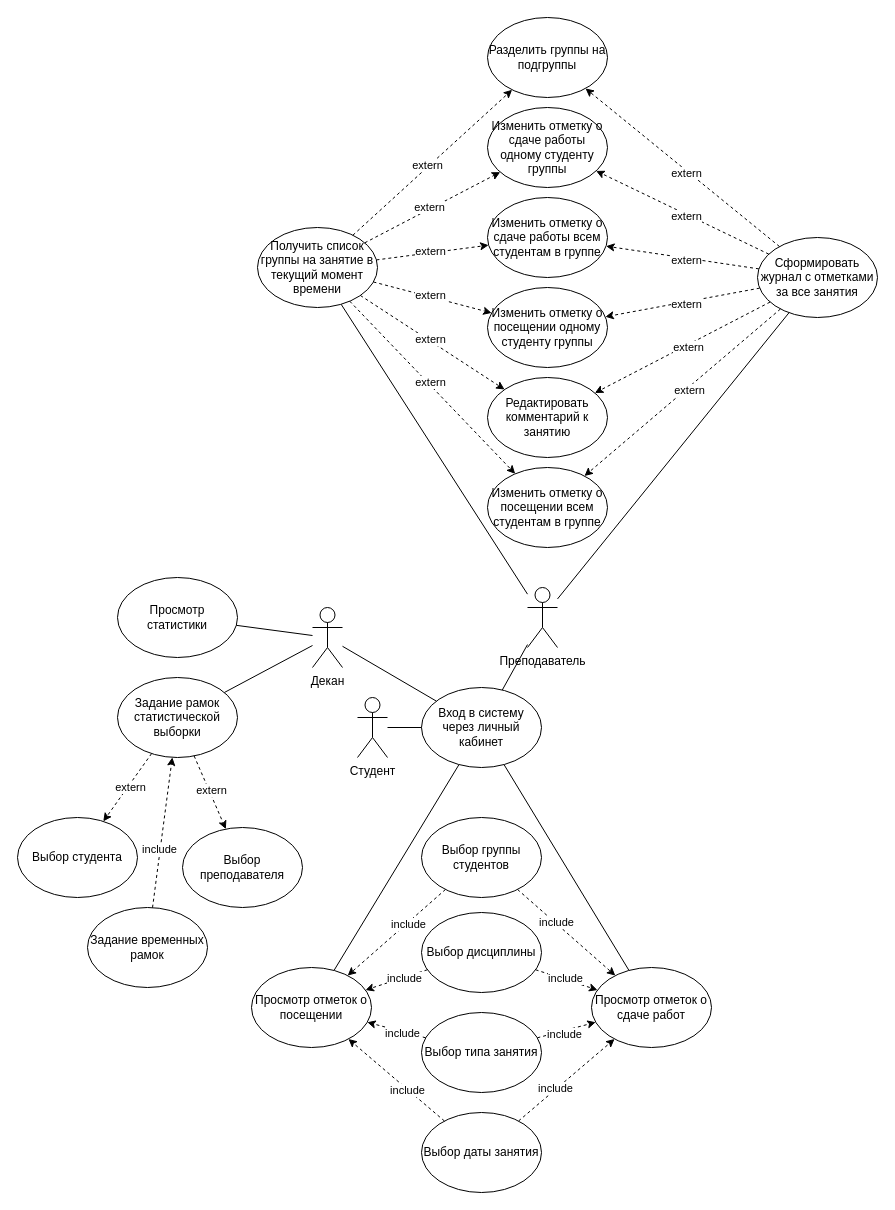
The draw.io diagram page "Use - case" (2 of 2) of ВКР/drawio/Спецификации.drawio in kuskas112/Labs, before the edit. Source tidied: cells renumbered, new cells numbered last; positions are measured from the earlier drawing's top-left corner, leaving out a move shared by most shapes. Both pictures are drawn from the tidied source at 100%, with x=0, y=0 at pixel (17, 17).
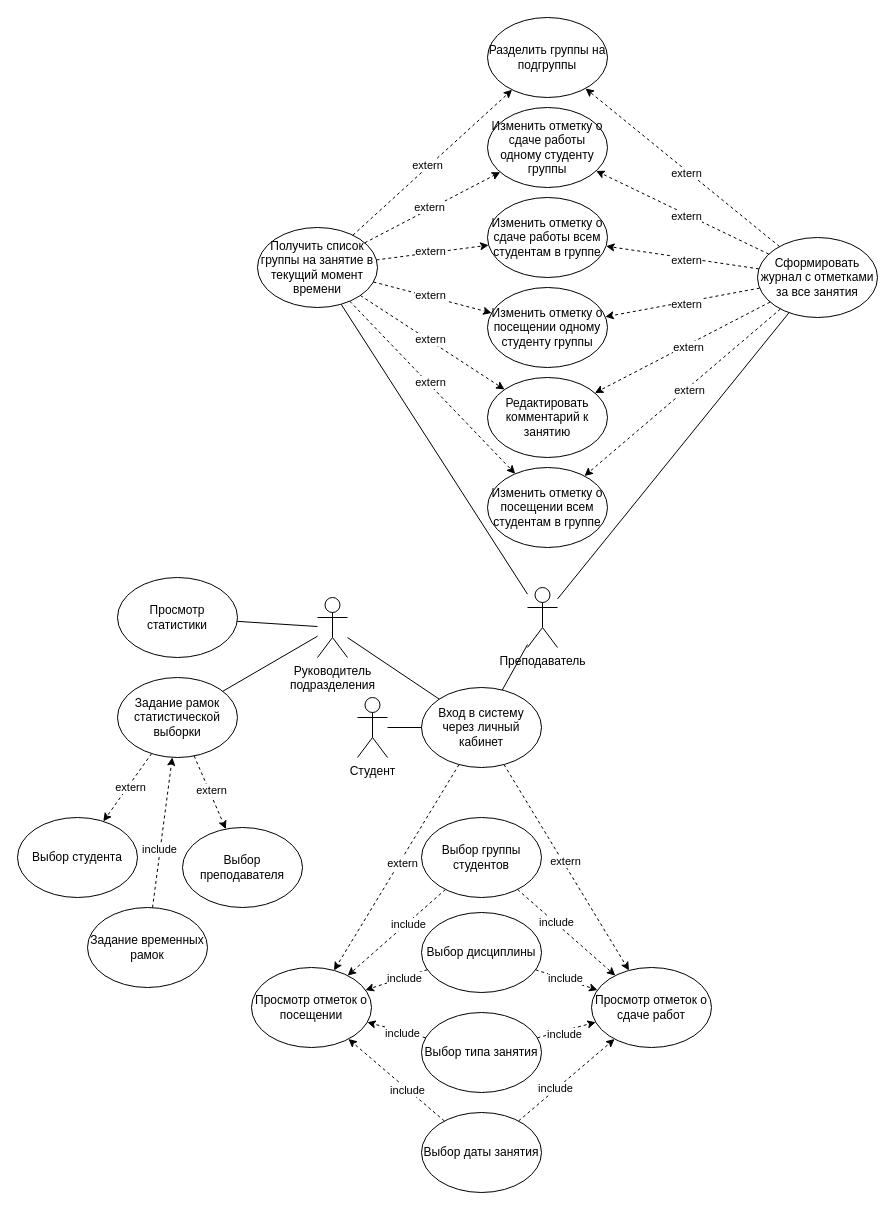
Above is the later version.

Unchanged cells that the change refers to:
```xml
<mxCell id="9" value="Вход в систему через личный кабинет" style="ellipse;whiteSpace=wrap;html=1;" parent="1" vertex="1">
  <mxGeometry x="404" y="670" width="120" height="80" as="geometry" />
</mxCell>
<mxCell id="10" value="Просмотр отметок о посещении" style="ellipse;whiteSpace=wrap;html=1;" parent="1" vertex="1">
  <mxGeometry x="234" y="950" width="120" height="80" as="geometry" />
</mxCell>
<mxCell id="11" value="Просмотр отметок о сдаче работ" style="ellipse;whiteSpace=wrap;html=1;" parent="1" vertex="1">
  <mxGeometry x="574" y="950" width="120" height="80" as="geometry" />
</mxCell>
```

The edit, as a diff of the source:
```diff
@@
-    <mxCell id="35" style="edgeStyle=none;rounded=0;jettySize=auto;html=1;strokeColor=default;align=center;verticalAlign=middle;fontFamily=Helvetica;fontSize=11;fontColor=default;labelBackgroundColor=default;endArrow=none;endFill=0;" parent="1" edge="1" source="10" target="9">
-      <mxGeometry relative="1" as="geometry" />
-    </mxCell>
-    <mxCell id="36" style="edgeStyle=none;rounded=0;jettySize=auto;html=1;strokeColor=default;align=center;verticalAlign=middle;fontFamily=Helvetica;fontSize=11;fontColor=default;labelBackgroundColor=default;endArrow=none;endFill=0;" parent="1" edge="1" source="11" target="9">
-      <mxGeometry relative="1" as="geometry" />
-    </mxCell>
@@
-    <mxCell id="39" value="Декан" style="shape=umlActor;verticalLabelPosition=bottom;verticalAlign=top;html=1;outlineConnect=0;" parent="1" vertex="1">
-      <mxGeometry x="295" y="590" width="30" height="60" as="geometry" />
+    <mxCell id="39" value="Руководитель&lt;br&gt;подразделения" style="shape=umlActor;verticalLabelPosition=bottom;verticalAlign=top;html=1;outlineConnect=0;" parent="1" vertex="1">
+      <mxGeometry x="300" y="580" width="30" height="60" as="geometry" />
     </mxCell>
@@
+    <mxCell id="80" style="edgeStyle=none;rounded=0;jettySize=auto;html=1;dashed=1;strokeColor=default;align=center;verticalAlign=middle;fontFamily=Helvetica;fontSize=11;fontColor=default;labelBackgroundColor=default;endArrow=classic;endFill=1;" parent="1" edge="1" source="9" target="10">
+      <mxGeometry relative="1" as="geometry" />
+    </mxCell>
+    <mxCell id="81" value="extern" style="edgeLabel;html=1;align=center;verticalAlign=middle;" parent="80" vertex="1">
+      <mxGeometry x="-0.05" y="2" relative="1" as="geometry" />
+    </mxCell>
+    <mxCell id="82" style="edgeStyle=none;rounded=0;jettySize=auto;html=1;dashed=1;strokeColor=default;align=center;verticalAlign=middle;fontFamily=Helvetica;fontSize=11;fontColor=default;labelBackgroundColor=default;endArrow=classic;endFill=1;" parent="1" edge="1" source="9" target="11">
+      <mxGeometry relative="1" as="geometry" />
+    </mxCell>
+    <mxCell id="83" value="extern" style="edgeLabel;html=1;align=center;verticalAlign=middle;" parent="82" vertex="1">
+      <mxGeometry x="-0.05" y="2" relative="1" as="geometry" />
+    </mxCell>
```
